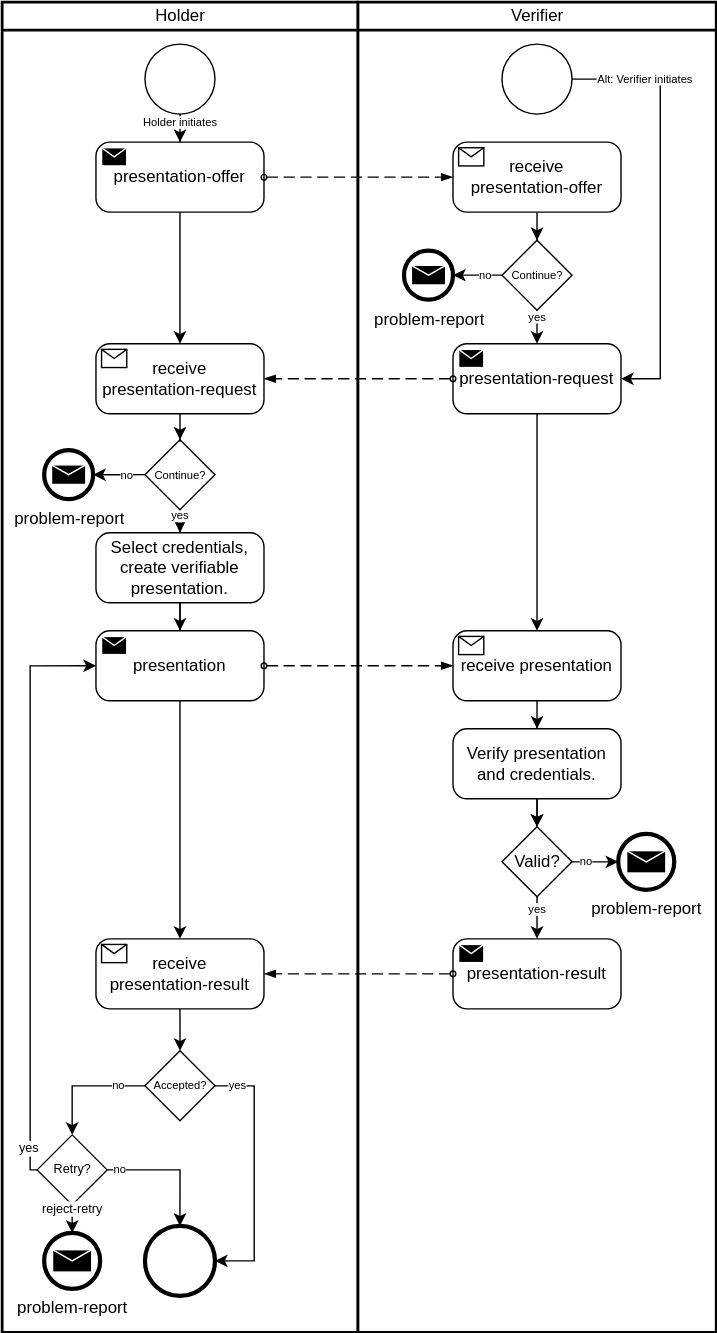
Before: documentation/static/img/didcomm/presentation.drawio.svg, a diagram exported from draw.io (iotaledger/identity.rs). Source tidied: cells renumbered, new cells last; positions are measured from the earlier drawing's top-left corner, leaving out a move shared by most shapes.
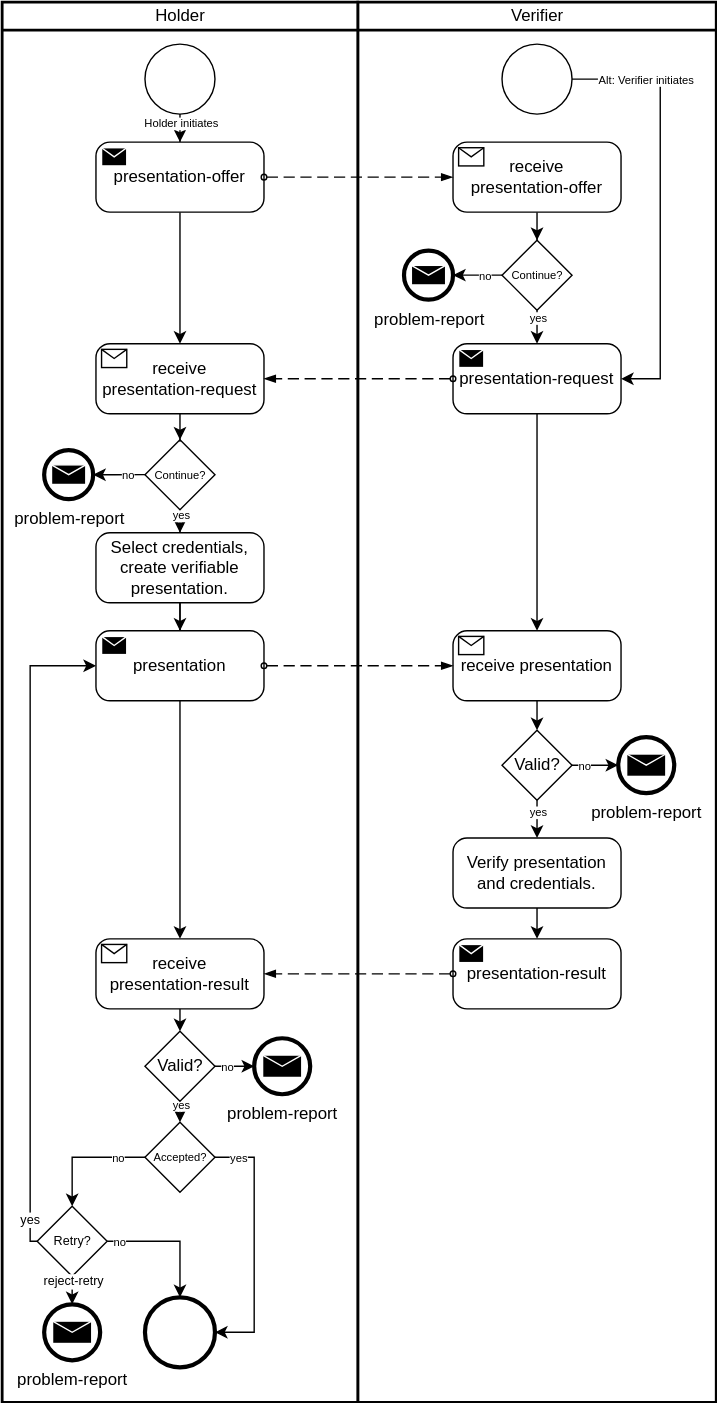
Above is the later version.

Commit message:
further problem reports

Change to the diagram source:
```diff
@@ -3,7 +3,7 @@
     <mxCell id="0" />
     <mxCell id="1" parent="0" />
     <mxCell id="2" value="Verifier" style="swimlane;html=1;startSize=20;fontStyle=0;horizontal=1;swimlaneLine=1;strokeWidth=2;swimlaneFillColor=#ffffff;" parent="1" vertex="1">
-      <mxGeometry x="254" width="256" height="950" as="geometry" />
+      <mxGeometry x="254" width="256" height="1000" as="geometry" />
     </mxCell>
     <mxCell id="3" style="points=[[0.145,0.145,0],[0.5,0,0],[0.855,0.145,0],[1,0.5,0],[0.855,0.855,0],[0.5,1,0],[0.145,0.855,0],[0,0.5,0]];shape=mxgraph.bpmn.event;html=1;verticalLabelPosition=bottom;labelBackgroundColor=#ffffff;verticalAlign=top;align=center;perimeter=ellipsePerimeter;outlineConnect=0;outline=standard;symbol=general;" parent="2" vertex="1">
       <mxGeometry x="103" y="30" width="50" height="50" as="geometry" />
@@ -36,24 +36,31 @@
         <mxPoint x="-1" y="1" as="offset" />
       </mxGeometry>
     </mxCell>
-    <mxCell id="11" style="edgeStyle=orthogonalEdgeStyle;rounded=0;jettySize=auto;html=1;entryX=0.5;entryY=0;entryDx=0;entryDy=0;entryPerimeter=0;" parent="2" edge="1" source="13" target="19">
-      <mxGeometry relative="1" as="geometry" />
-    </mxCell>
-    <mxCell id="12" style="edgeStyle=orthogonalEdgeStyle;rounded=0;jettySize=auto;html=1;" parent="2" edge="1" source="13" target="19">
-      <mxGeometry relative="1" as="geometry" />
-    </mxCell>
+    <mxCell id="67" style="edgeStyle=orthogonalEdgeStyle;rounded=0;jettySize=auto;html=1;entryX=0.5;entryY=0;entryDx=0;entryDy=0;entryPerimeter=0;fontSize=8;" parent="2" edge="1" source="13" target="14">
+      <mxGeometry relative="1" as="geometry">
+        <Array as="points">
+          <mxPoint x="128" y="664" />
+          <mxPoint x="128" y="664" />
+        </Array>
+      </mxGeometry>
+    </mxCell>
     <mxCell id="13" value="Verify presentation and credentials." style="points=[[0.25,0,0],[0.5,0,0],[0.75,0,0],[1,0.25,0],[1,0.5,0],[1,0.75,0],[0.75,1,0],[0.5,1,0],[0.25,1,0],[0,0.75,0],[0,0.5,0],[0,0.25,0]];shape=mxgraph.bpmn.task;whiteSpace=wrap;rectStyle=rounded;size=10;taskMarker=abstract;fillColor=#ffffff;" parent="2" vertex="1">
-      <mxGeometry x="68" y="519" width="120" height="50" as="geometry" />
+      <mxGeometry x="68" y="597" width="120" height="50" as="geometry" />
     </mxCell>
     <mxCell id="14" value="presentation-result" style="points=[[0.25,0,0],[0.5,0,0],[0.75,0,0],[1,0.25,0],[1,0.5,0],[1,0.75,0],[0.75,1,0],[0.5,1,0],[0.25,1,0],[0,0.75,0],[0,0.5,0],[0,0.25,0]];shape=mxgraph.bpmn.task;whiteSpace=wrap;rectStyle=rounded;size=10;taskMarker=send;" parent="2" vertex="1">
       <mxGeometry x="68" y="669" width="120" height="50" as="geometry" />
     </mxCell>
-    <mxCell id="15" style="edgeStyle=orthogonalEdgeStyle;rounded=0;jettySize=auto;html=1;" parent="2" edge="1" source="19" target="14">
-      <mxGeometry relative="1" as="geometry" />
+    <mxCell id="15" style="edgeStyle=orthogonalEdgeStyle;rounded=0;jettySize=auto;html=1;" parent="2" edge="1" source="19" target="13">
+      <mxGeometry relative="1" as="geometry">
+        <Array as="points">
+          <mxPoint x="128" y="574" />
+          <mxPoint x="128" y="574" />
+        </Array>
+      </mxGeometry>
     </mxCell>
     <mxCell id="16" value="yes" style="edgeLabel;html=1;align=center;verticalAlign=middle;fontSize=8;" parent="15" vertex="1">
       <mxGeometry x="0.5" y="1" relative="1" as="geometry">
-        <mxPoint x="-1" y="-8" as="offset" />
+        <mxPoint x="-1" y="-12" as="offset" />
       </mxGeometry>
     </mxCell>
     <mxCell id="17" style="edgeStyle=orthogonalEdgeStyle;rounded=0;jettySize=auto;html=1;entryX=0;entryY=0.5;entryDx=0;entryDy=0;entryPerimeter=0;" parent="2" edge="1" source="19" target="22">
@@ -65,16 +72,21 @@
       </mxGeometry>
     </mxCell>
     <mxCell id="19" value="Valid?" style="points=[[0.25,0.25,0],[0.5,0,0],[0.75,0.25,0],[1,0.5,0],[0.75,0.75,0],[0.5,1,0],[0.25,0.75,0],[0,0.5,0]];shape=mxgraph.bpmn.gateway2;html=1;verticalLabelPosition=middle;labelBackgroundColor=#ffffff;verticalAlign=middle;align=center;perimeter=rhombusPerimeter;outlineConnect=0;outline=none;symbol=none;fillColor=#ffffff;labelPosition=center;" parent="2" vertex="1">
-      <mxGeometry x="103" y="589" width="50" height="50" as="geometry" />
+      <mxGeometry x="103" y="520" width="50" height="50" as="geometry" />
     </mxCell>
-    <mxCell id="20" style="edgeStyle=orthogonalEdgeStyle;rounded=0;jettySize=auto;html=1;entryX=0.5;entryY=0;entryDx=0;entryDy=0;entryPerimeter=0;" parent="2" edge="1" source="21" target="13">
-      <mxGeometry relative="1" as="geometry" />
-    </mxCell>
+    <mxCell id="68" style="edgeStyle=orthogonalEdgeStyle;rounded=0;jettySize=auto;html=1;fontSize=8;" parent="2" edge="1" source="21" target="19">
+      <mxGeometry relative="1" as="geometry">
+        <Array as="points">
+          <mxPoint x="128" y="510" />
+          <mxPoint x="128" y="510" />
+        </Array>
+      </mxGeometry>
+    </mxCell>
     <mxCell id="21" value="receive presentation" style="points=[[0.25,0,0],[0.5,0,0],[0.75,0,0],[1,0.25,0],[1,0.5,0],[1,0.75,0],[0.75,1,0],[0.5,1,0],[0.25,1,0],[0,0.75,0],[0,0.5,0],[0,0.25,0]];shape=mxgraph.bpmn.task;whiteSpace=wrap;rectStyle=rounded;size=10;taskMarker=receive;" parent="2" vertex="1">
       <mxGeometry x="68" y="449" width="120" height="50" as="geometry" />
     </mxCell>
     <mxCell id="22" value="problem-report" style="points=[[0.145,0.145,0],[0.5,0,0],[0.855,0.145,0],[1,0.5,0],[0.855,0.855,0],[0.5,1,0],[0.145,0.855,0],[0,0.5,0]];shape=mxgraph.bpmn.event;html=1;verticalLabelPosition=bottom;labelBackgroundColor=#ffffff;verticalAlign=top;align=center;perimeter=ellipsePerimeter;outlineConnect=0;outline=end;symbol=message;fillColor=#ffffff;" parent="2" vertex="1">
-      <mxGeometry x="186" y="594" width="40" height="40" as="geometry" />
+      <mxGeometry x="186" y="525" width="40" height="40" as="geometry" />
     </mxCell>
     <mxCell id="23" value="yes" style="edgeLabel;html=1;align=center;verticalAlign=middle;fontSize=8;" parent="2" vertex="1">
       <mxGeometry x="133" y="230" as="geometry">
@@ -99,7 +111,7 @@
       <mxGeometry x="-0.27" relative="1" as="geometry" />
     </mxCell>
     <mxCell id="28" value="Holder" style="swimlane;html=1;startSize=20;fontStyle=0;horizontal=1;swimlaneLine=1;strokeWidth=2;swimlaneFillColor=#ffffff;" parent="1" vertex="1">
-      <mxGeometry width="254" height="950" as="geometry" />
+      <mxGeometry width="254" height="1000" as="geometry" />
     </mxCell>
     <mxCell id="29" style="edgeStyle=orthogonalEdgeStyle;rounded=0;jettySize=auto;html=1;entryX=0.5;entryY=0;entryDx=0;entryDy=0;entryPerimeter=0;" parent="28" edge="1" source="30" target="41">
       <mxGeometry relative="1" as="geometry" />
@@ -119,7 +131,7 @@
       <mxGeometry x="102" y="30" width="50" height="50" as="geometry" />
     </mxCell>
     <mxCell id="34" style="points=[[0.145,0.145,0],[0.5,0,0],[0.855,0.145,0],[1,0.5,0],[0.855,0.855,0],[0.5,1,0],[0.145,0.855,0],[0,0.5,0]];shape=mxgraph.bpmn.event;html=1;verticalLabelPosition=bottom;labelBackgroundColor=#ffffff;verticalAlign=top;align=center;perimeter=ellipsePerimeter;outlineConnect=0;outline=end;symbol=terminate2;" parent="28" vertex="1">
-      <mxGeometry x="102" y="874" width="50" height="50" as="geometry" />
+      <mxGeometry x="102" y="925" width="50" height="50" as="geometry" />
     </mxCell>
     <mxCell id="35" style="edgeStyle=orthogonalEdgeStyle;rounded=0;jettySize=auto;html=1;entryX=0.5;entryY=0;entryDx=0;entryDy=0;entryPerimeter=0;" parent="28" edge="1" source="39" target="44">
       <mxGeometry relative="1" as="geometry" />
@@ -160,13 +172,8 @@
     <mxCell id="44" value="Select credentials, create verifiable presentation." style="points=[[0.25,0,0],[0.5,0,0],[0.75,0,0],[1,0.25,0],[1,0.5,0],[1,0.75,0],[0.75,1,0],[0.5,1,0],[0.25,1,0],[0,0.75,0],[0,0.5,0],[0,0.25,0]];shape=mxgraph.bpmn.task;whiteSpace=wrap;rectStyle=rounded;size=10;taskMarker=abstract;fillColor=#ffffff;" parent="28" vertex="1">
       <mxGeometry x="67" y="379" width="120" height="50" as="geometry" />
     </mxCell>
-    <mxCell id="45" style="edgeStyle=orthogonalEdgeStyle;rounded=0;jettySize=auto;html=1;entryX=0.5;entryY=0;entryDx=0;entryDy=0;entryPerimeter=0;exitX=0.5;exitY=1;exitDx=0;exitDy=0;exitPerimeter=0;" parent="28" edge="1" source="46" target="57">
-      <mxGeometry relative="1" as="geometry">
-        <Array as="points">
-          <mxPoint x="127" y="739" />
-          <mxPoint x="127" y="739" />
-        </Array>
-      </mxGeometry>
+    <mxCell id="45" style="edgeStyle=orthogonalEdgeStyle;rounded=0;jettySize=auto;html=1;entryX=0.5;entryY=0;entryDx=0;entryDy=0;entryPerimeter=0;exitX=0.5;exitY=1;exitDx=0;exitDy=0;exitPerimeter=0;" parent="28" edge="1" source="46" target="73">
+      <mxGeometry relative="1" as="geometry" />
     </mxCell>
     <mxCell id="46" value="receive &#10;presentation-result" style="points=[[0.25,0,0],[0.5,0,0],[0.75,0,0],[1,0.25,0],[1,0.5,0],[1,0.75,0],[0.75,1,0],[0.5,1,0],[0.25,1,0],[0,0.75,0],[0,0.5,0],[0,0.25,0]];shape=mxgraph.bpmn.task;whiteSpace=wrap;rectStyle=rounded;size=10;taskMarker=receive;" parent="28" vertex="1">
       <mxGeometry x="67" y="669" width="120" height="50" as="geometry" />
@@ -180,7 +187,7 @@
     <mxCell id="49" style="edgeStyle=orthogonalEdgeStyle;rounded=0;jettySize=auto;html=1;fontFamily=Lucida Console;fontSize=11;exitX=1;exitY=0.5;exitDx=0;exitDy=0;exitPerimeter=0;entryX=0.5;entryY=0;entryDx=0;entryDy=0;entryPerimeter=0;" parent="28" edge="1" source="51" target="34">
       <mxGeometry relative="1" as="geometry">
         <Array as="points">
-          <mxPoint x="127" y="834" />
+          <mxPoint x="127" y="885" />
         </Array>
       </mxGeometry>
     </mxCell>
@@ -190,7 +197,7 @@
       </mxGeometry>
     </mxCell>
     <mxCell id="51" value="Retry?" style="points=[[0.25,0.25,0],[0.5,0,0],[0.75,0.25,0],[1,0.5,0],[0.75,0.75,0],[0.5,1,0],[0.25,0.75,0],[0,0.5,0]];shape=mxgraph.bpmn.gateway2;html=1;verticalLabelPosition=middle;labelBackgroundColor=#ffffff;verticalAlign=middle;align=center;perimeter=rhombusPerimeter;outlineConnect=0;outline=none;symbol=none;fillColor=#ffffff;labelPosition=center;fontSize=9;" parent="28" vertex="1">
-      <mxGeometry x="25" y="809" width="50" height="50" as="geometry" />
+      <mxGeometry x="25" y="860" width="50" height="50" as="geometry" />
     </mxCell>
     <mxCell id="52" value="problem-report" style="points=[[0.145,0.145,0],[0.5,0,0],[0.855,0.145,0],[1,0.5,0],[0.855,0.855,0],[0.5,1,0],[0.145,0.855,0],[0,0.5,0]];shape=mxgraph.bpmn.event;html=1;verticalLabelPosition=bottom;labelBackgroundColor=#ffffff;verticalAlign=top;align=center;perimeter=ellipsePerimeter;outlineConnect=0;outline=end;symbol=message;fillColor=#ffffff;" parent="28" vertex="1">
       <mxGeometry x="30" y="320" width="35" height="35" as="geometry" />
@@ -198,8 +205,8 @@
     <mxCell id="53" style="edgeStyle=orthogonalEdgeStyle;rounded=0;jettySize=auto;html=1;entryX=1;entryY=0.5;entryDx=0;entryDy=0;entryPerimeter=0;fontFamily=Lucida Console;fontSize=8;exitX=1;exitY=0.5;exitDx=0;exitDy=0;exitPerimeter=0;" parent="28" edge="1" source="57" target="34">
       <mxGeometry relative="1" as="geometry">
         <Array as="points">
-          <mxPoint x="180" y="774" />
-          <mxPoint x="180" y="899" />
+          <mxPoint x="180" y="825" />
+          <mxPoint x="180" y="950" />
         </Array>
       </mxGeometry>
     </mxCell>
@@ -211,7 +218,7 @@
     <mxCell id="55" style="edgeStyle=orthogonalEdgeStyle;rounded=0;jettySize=auto;html=1;fontFamily=Lucida Console;fontSize=8;" parent="28" edge="1" source="57" target="51">
       <mxGeometry relative="1" as="geometry">
         <Array as="points">
-          <mxPoint x="50" y="774" />
+          <mxPoint x="50" y="825" />
         </Array>
       </mxGeometry>
     </mxCell>
@@ -221,16 +228,16 @@
       </mxGeometry>
     </mxCell>
     <mxCell id="57" value="Accepted?" style="points=[[0.25,0.25,0],[0.5,0,0],[0.75,0.25,0],[1,0.5,0],[0.75,0.75,0],[0.5,1,0],[0.25,0.75,0],[0,0.5,0]];shape=mxgraph.bpmn.gateway2;html=1;verticalLabelPosition=middle;labelBackgroundColor=#ffffff;verticalAlign=middle;align=center;perimeter=rhombusPerimeter;outlineConnect=0;outline=none;symbol=none;fillColor=#ffffff;labelPosition=center;fontSize=8;" parent="28" vertex="1">
-      <mxGeometry x="102" y="749" width="50" height="50" as="geometry" />
+      <mxGeometry x="102" y="800" width="50" height="50" as="geometry" />
     </mxCell>
     <mxCell id="58" value="problem-report" style="points=[[0.145,0.145,0],[0.5,0,0],[0.855,0.145,0],[1,0.5,0],[0.855,0.855,0],[0.5,1,0],[0.145,0.855,0],[0,0.5,0]];shape=mxgraph.bpmn.event;html=1;verticalLabelPosition=bottom;labelBackgroundColor=#ffffff;verticalAlign=top;align=center;perimeter=ellipsePerimeter;outlineConnect=0;outline=end;symbol=message;fillColor=#ffffff;" parent="28" vertex="1">
-      <mxGeometry x="30" y="879" width="40" height="40" as="geometry" />
+      <mxGeometry x="30" y="930" width="40" height="40" as="geometry" />
     </mxCell>
     <mxCell id="59" style="edgeStyle=orthogonalEdgeStyle;rounded=0;jettySize=auto;html=1;fontFamily=Lucida Console;fontSize=11;exitX=0.5;exitY=1;exitDx=0;exitDy=0;exitPerimeter=0;entryX=0.5;entryY=0;entryDx=0;entryDy=0;entryPerimeter=0;" parent="28" edge="1" source="51" target="58">
       <mxGeometry relative="1" as="geometry">
         <Array as="points">
-          <mxPoint x="50" y="859" />
-          <mxPoint x="50" y="859" />
+          <mxPoint x="50" y="910" />
+          <mxPoint x="50" y="910" />
         </Array>
       </mxGeometry>
     </mxCell>
@@ -240,7 +247,7 @@
     <mxCell id="61" style="edgeStyle=orthogonalEdgeStyle;rounded=0;jettySize=auto;html=1;fontFamily=Lucida Console;fontSize=11;entryX=0;entryY=0.5;entryDx=0;entryDy=0;entryPerimeter=0;" parent="28" edge="1" source="51" target="48">
       <mxGeometry relative="1" as="geometry">
         <Array as="points">
-          <mxPoint x="20" y="834" />
+          <mxPoint x="20" y="885" />
           <mxPoint x="20" y="474" />
         </Array>
       </mxGeometry>
@@ -250,6 +257,33 @@
         <mxPoint y="-15" as="offset" />
       </mxGeometry>
     </mxCell>
+    <mxCell id="69" style="edgeStyle=orthogonalEdgeStyle;rounded=0;jettySize=auto;html=1;fontSize=8;" parent="28" edge="1" source="73" target="57">
+      <mxGeometry relative="1" as="geometry">
+        <Array as="points">
+          <mxPoint x="127" y="805" />
+          <mxPoint x="127" y="805" />
+        </Array>
+      </mxGeometry>
+    </mxCell>
+    <mxCell id="70" value="yes" style="edgeLabel;html=1;align=center;verticalAlign=middle;fontSize=8;" parent="69" vertex="1">
+      <mxGeometry x="-0.75" relative="1" as="geometry">
+        <mxPoint y="1" as="offset" />
+      </mxGeometry>
+    </mxCell>
+    <mxCell id="71" style="edgeStyle=orthogonalEdgeStyle;rounded=0;jettySize=auto;html=1;fontSize=8;" parent="28" edge="1" source="73" target="74">
+      <mxGeometry relative="1" as="geometry" />
+    </mxCell>
+    <mxCell id="72" value="no" style="edgeLabel;html=1;align=center;verticalAlign=middle;fontSize=8;" parent="71" vertex="1">
+      <mxGeometry x="0.26" relative="1" as="geometry">
+        <mxPoint x="-1" as="offset" />
+      </mxGeometry>
+    </mxCell>
+    <mxCell id="73" value="Valid?" style="points=[[0.25,0.25,0],[0.5,0,0],[0.75,0.25,0],[1,0.5,0],[0.75,0.75,0],[0.5,1,0],[0.25,0.75,0],[0,0.5,0]];shape=mxgraph.bpmn.gateway2;html=1;verticalLabelPosition=middle;labelBackgroundColor=#ffffff;verticalAlign=middle;align=center;perimeter=rhombusPerimeter;outlineConnect=0;outline=none;symbol=none;fillColor=#ffffff;labelPosition=center;" parent="28" vertex="1">
+      <mxGeometry x="102" y="735" width="50" height="50" as="geometry" />
+    </mxCell>
+    <mxCell id="74" value="problem-report" style="points=[[0.145,0.145,0],[0.5,0,0],[0.855,0.145,0],[1,0.5,0],[0.855,0.855,0],[0.5,1,0],[0.145,0.855,0],[0,0.5,0]];shape=mxgraph.bpmn.event;html=1;verticalLabelPosition=bottom;labelBackgroundColor=#ffffff;verticalAlign=top;align=center;perimeter=ellipsePerimeter;outlineConnect=0;outline=end;symbol=message;fillColor=#ffffff;" parent="28" vertex="1">
+      <mxGeometry x="180" y="740" width="40" height="40" as="geometry" />
+    </mxCell>
     <mxCell id="63" style="dashed=1;dashPattern=8 4;endArrow=blockThin;endFill=1;startArrow=oval;startFill=0;endSize=6;startSize=4;entryX=0;entryY=0.5;entryDx=0;entryDy=0;entryPerimeter=0;exitX=1;exitY=0.5;exitDx=0;exitDy=0;exitPerimeter=0;" parent="1" edge="1" source="30" target="6">
       <mxGeometry relative="1" as="geometry" />
     </mxCell>
```
